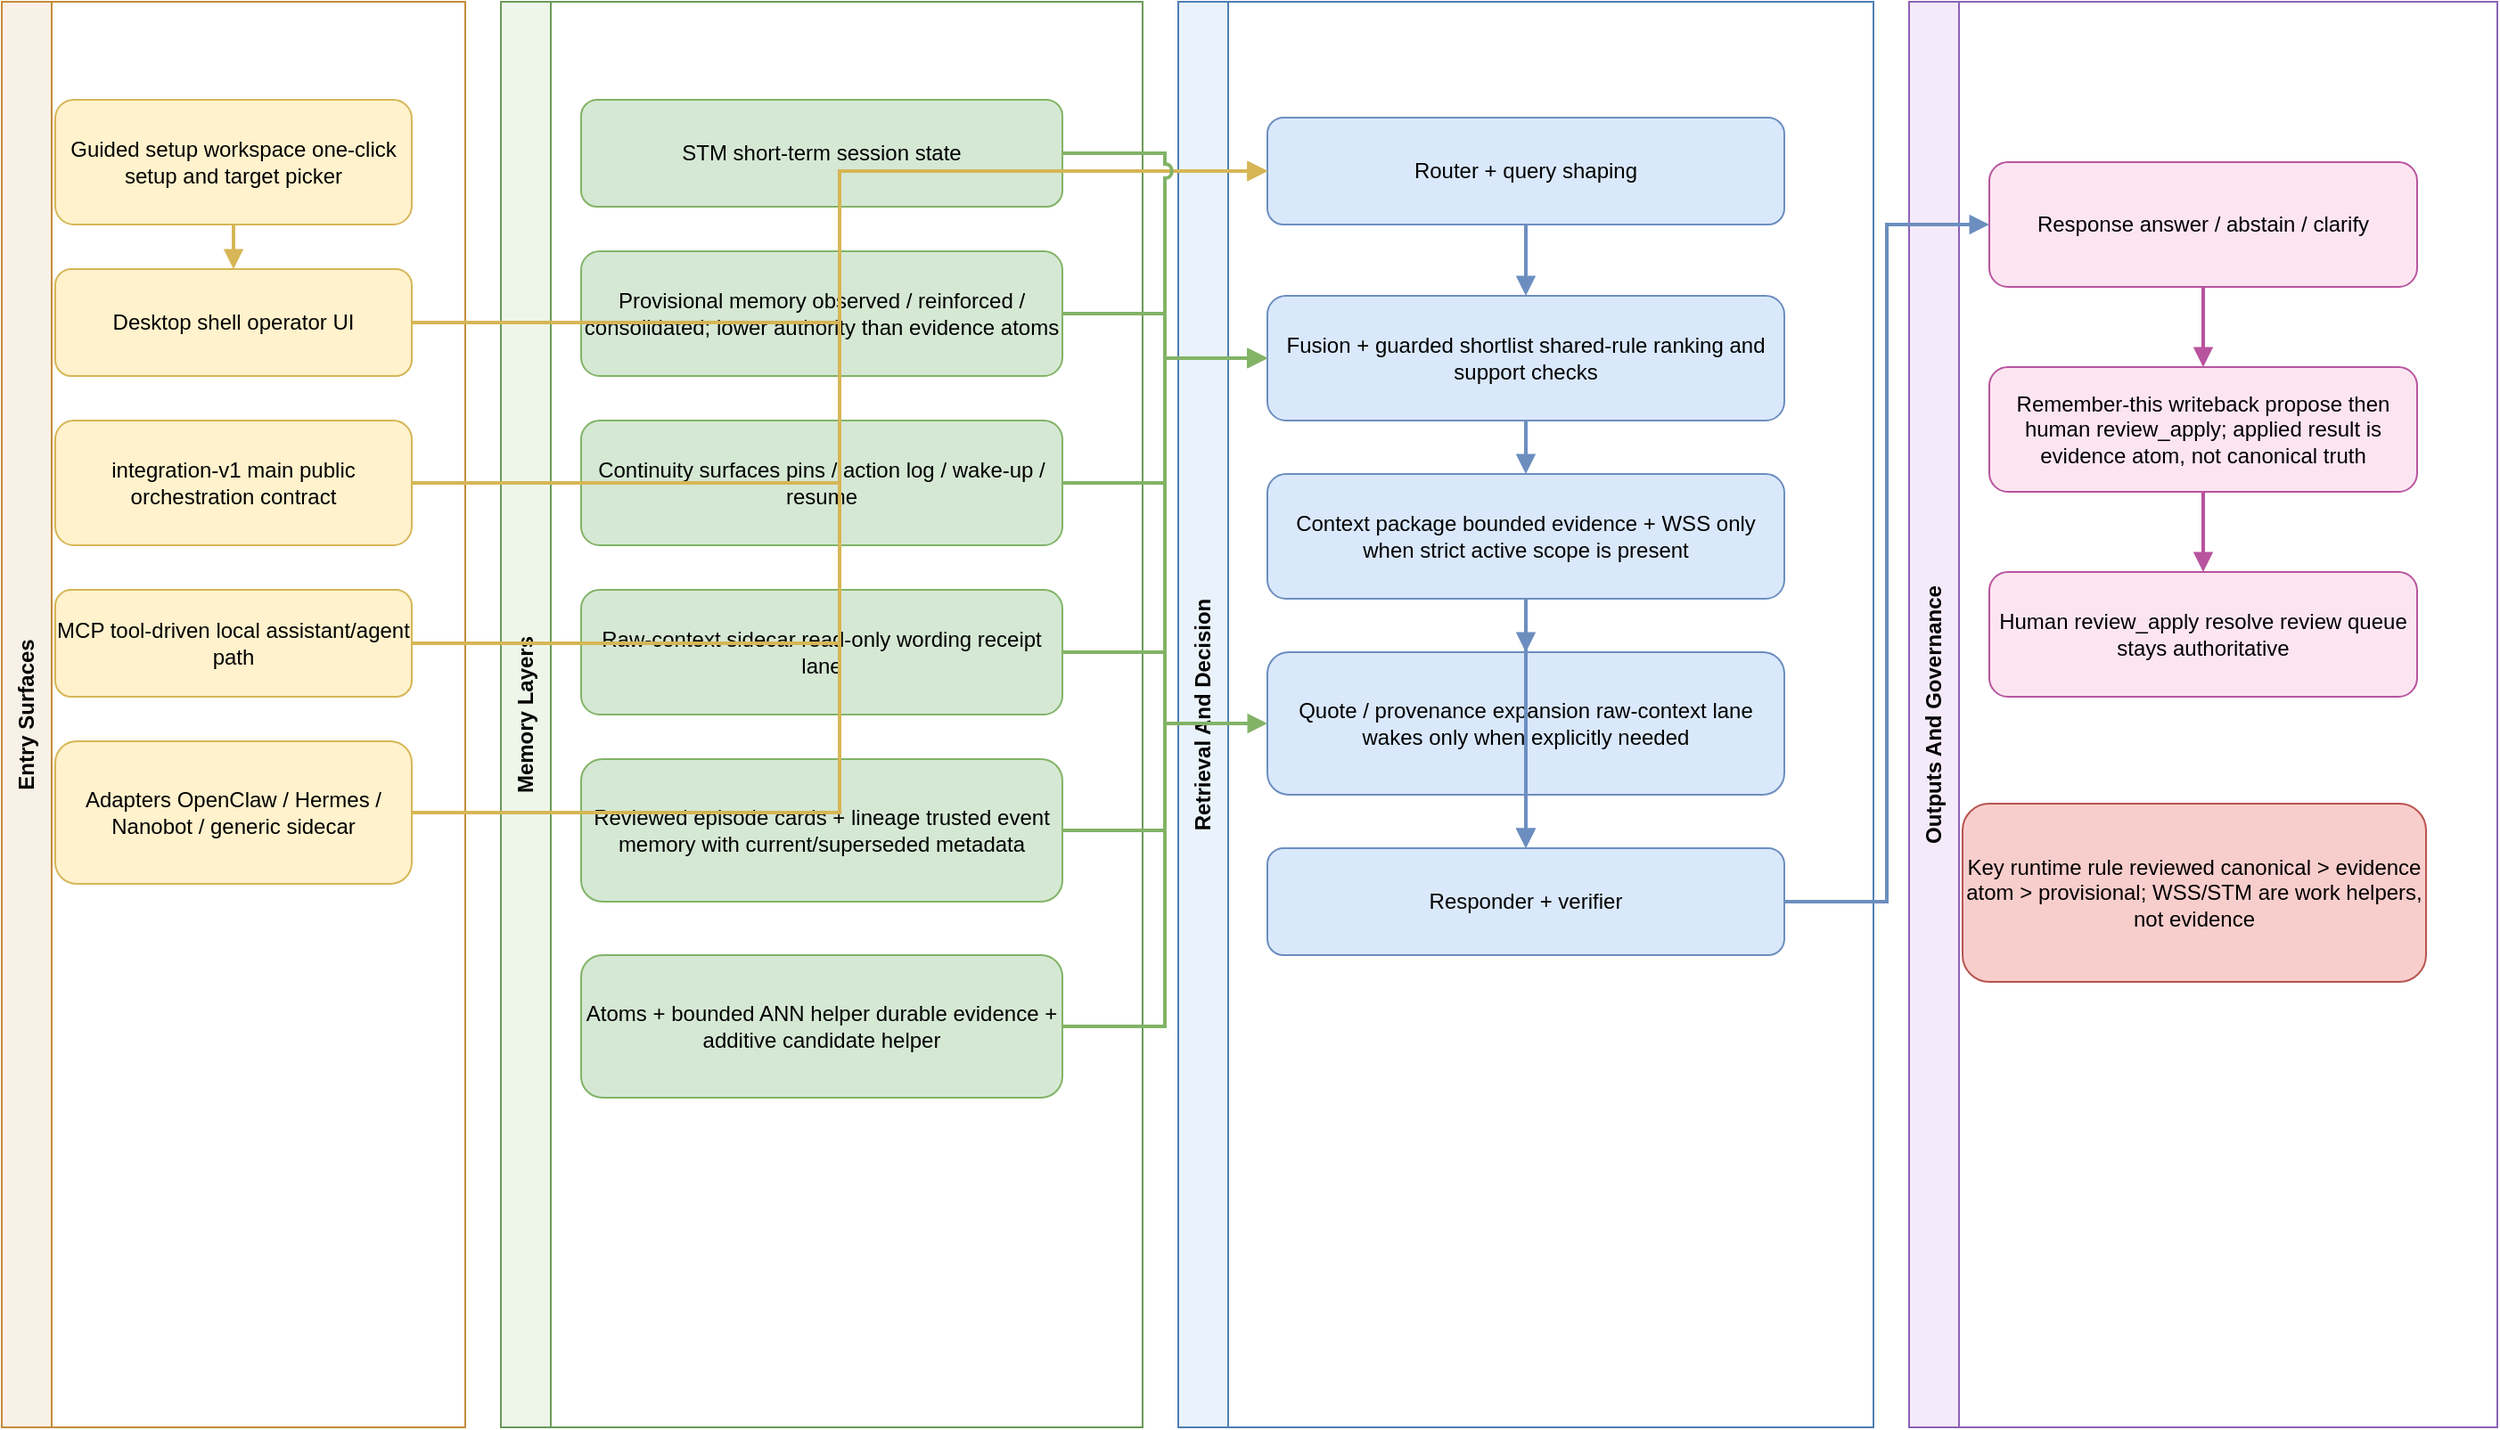
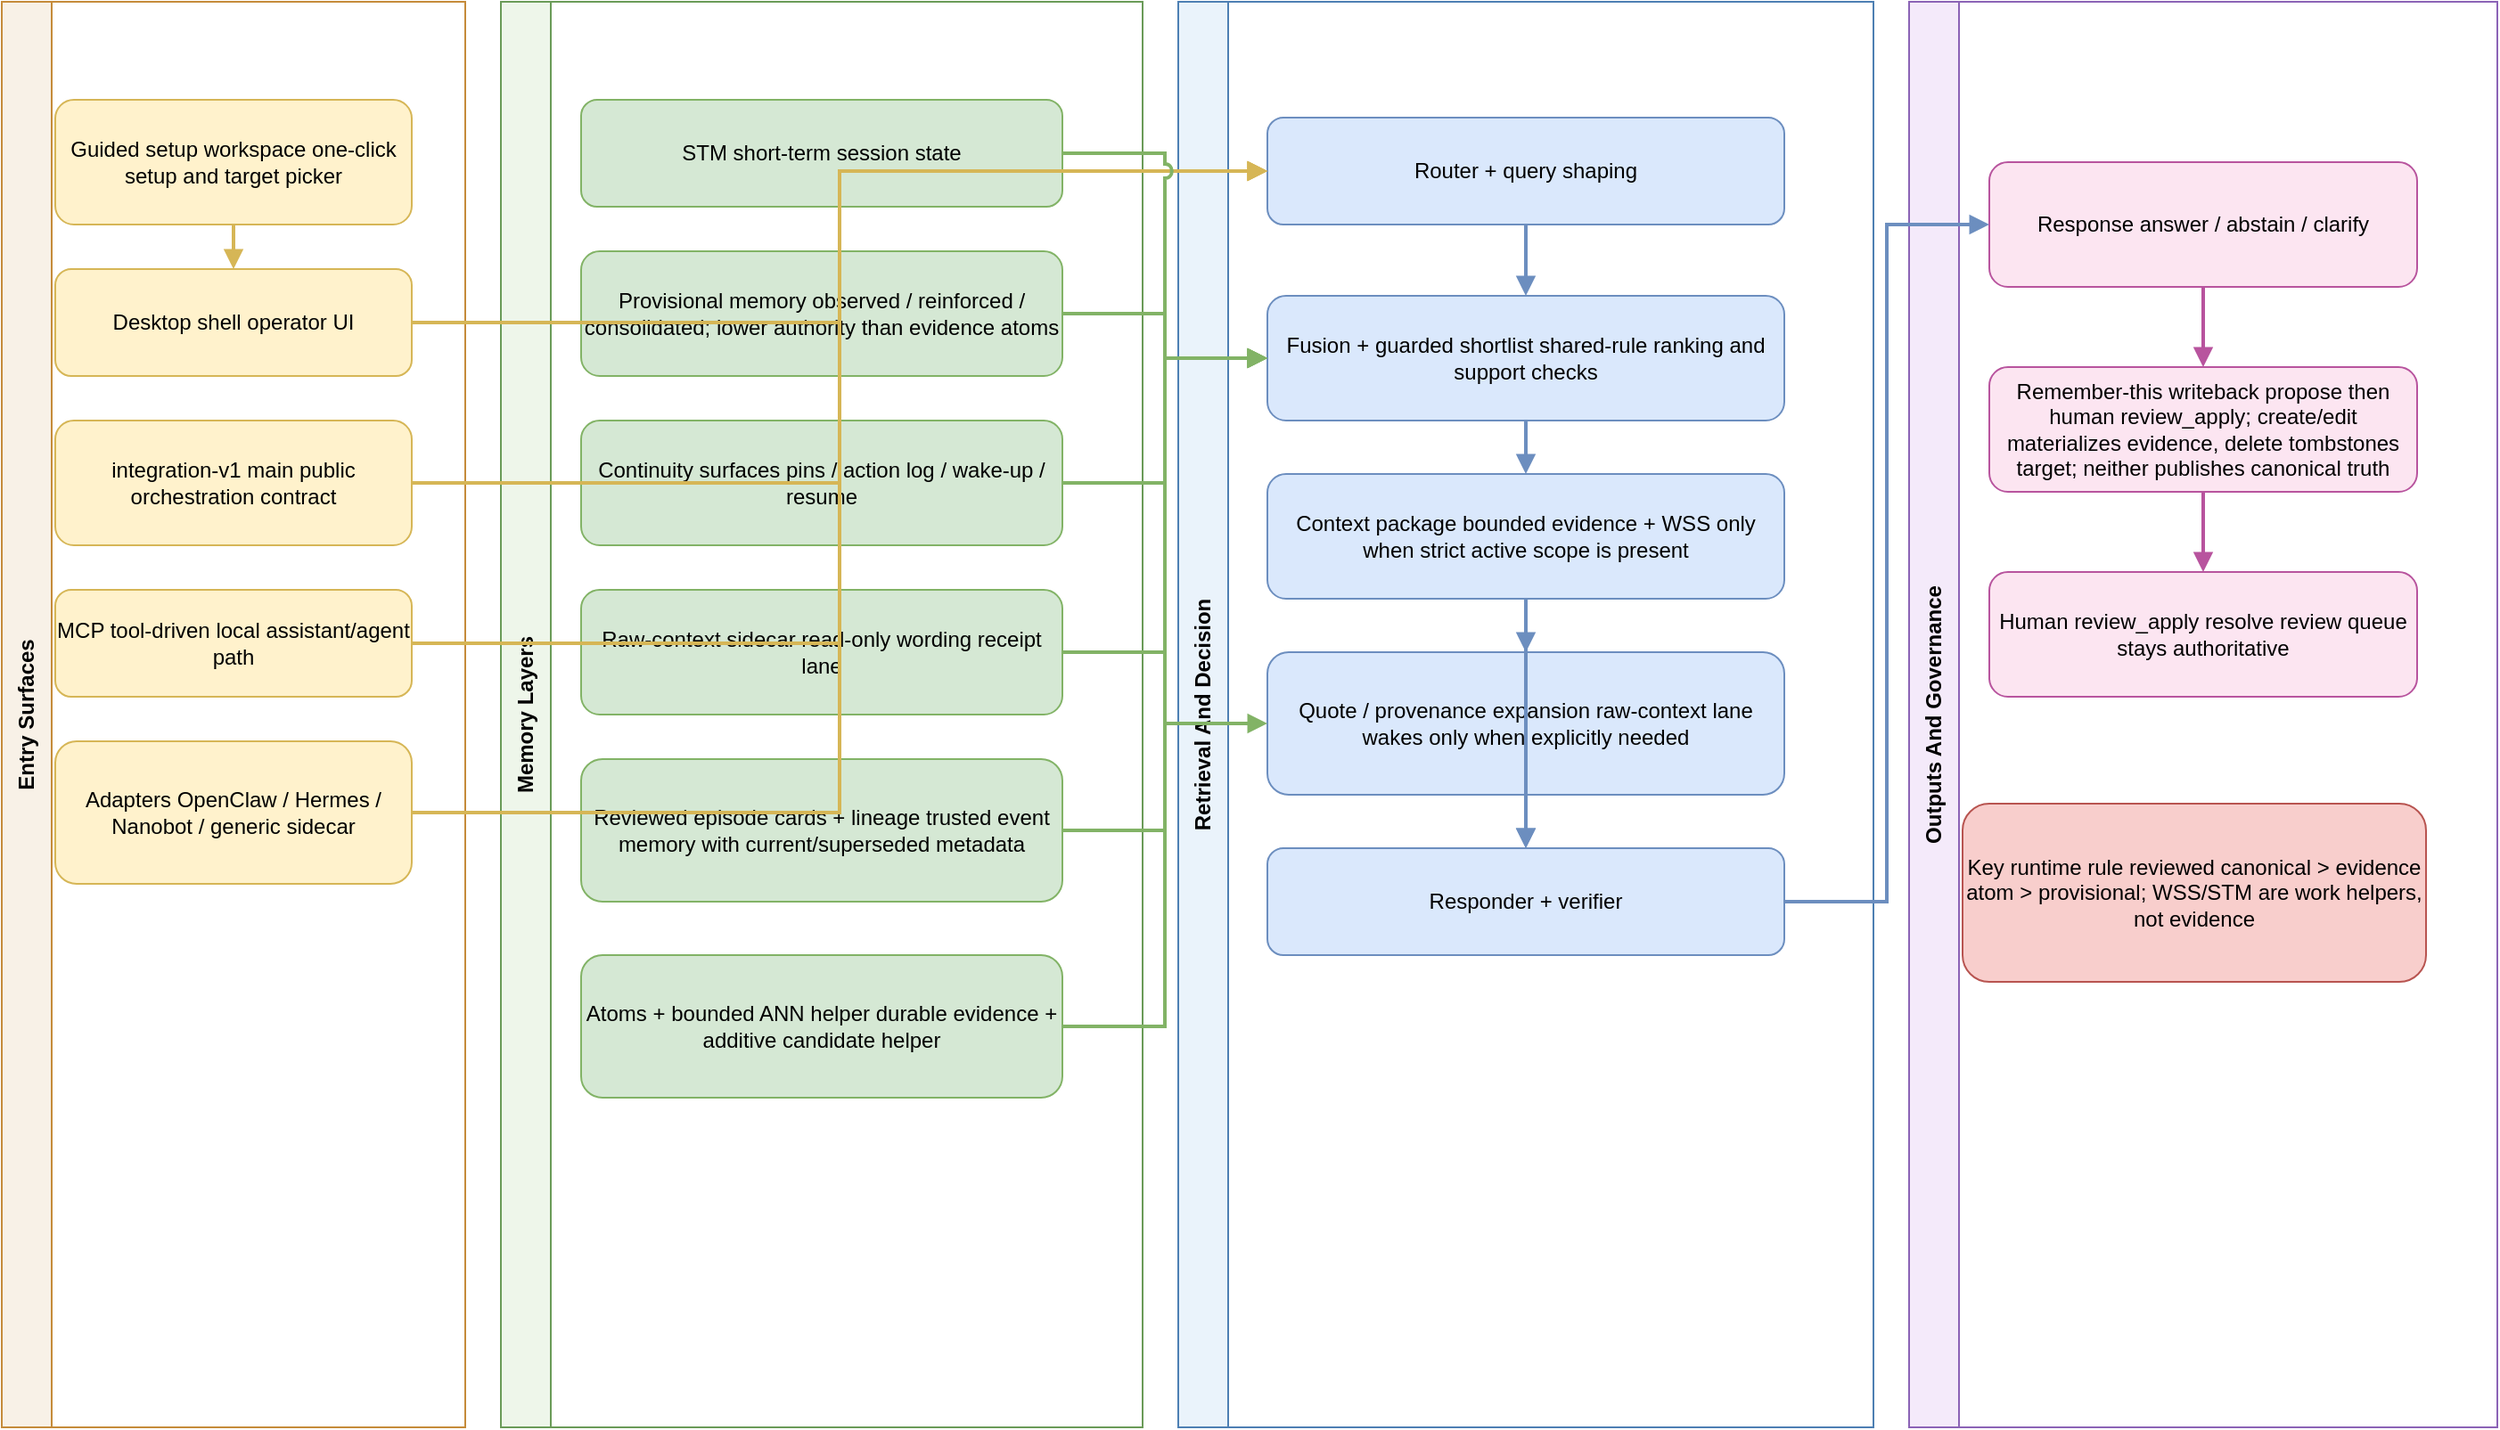
<mxfile host="app.diagrams.net" modified="2026-04-12T23:30:00.000Z" agent="Codex" version="24.7.17">
  <diagram id="launch-runtime-engineering" name="Engineering Runtime And Integration">
    <mxGraphModel dx="1750" dy="1050" grid="1" gridSize="10" guides="1" tooltips="1" connect="1" arrows="1" fold="1" page="1" pageScale="1" pageWidth="1700" pageHeight="1000" math="0" shadow="0">
      <root>
        <mxCell id="0" />
        <mxCell id="1" parent="0" />
        <mxCell id="lane1" value="Entry Surfaces" style="swimlane;whiteSpace=wrap;html=1;rounded=0;horizontal=0;startSize=28;fontStyle=1;fillColor=#f8f1e7;strokeColor=#c58b3a;" vertex="1" parent="1">
          <mxGeometry x="20" y="20" width="260" height="800" as="geometry" />
        </mxCell>
        <mxCell id="lane2" value="Memory Layers" style="swimlane;whiteSpace=wrap;html=1;rounded=0;horizontal=0;startSize=28;fontStyle=1;fillColor=#eef6ea;strokeColor=#6a9b58;" vertex="1" parent="1">
          <mxGeometry x="300" y="20" width="360" height="800" as="geometry" />
        </mxCell>
        <mxCell id="lane3" value="Retrieval And Decision" style="swimlane;whiteSpace=wrap;html=1;rounded=0;horizontal=0;startSize=28;fontStyle=1;fillColor=#eaf3fb;strokeColor=#4d7fb3;" vertex="1" parent="1">
          <mxGeometry x="680" y="20" width="390" height="800" as="geometry" />
        </mxCell>
        <mxCell id="lane4" value="Outputs And Governance" style="swimlane;whiteSpace=wrap;html=1;rounded=0;horizontal=0;startSize=28;fontStyle=1;fillColor=#f4eafa;strokeColor=#8b63b6;" vertex="1" parent="1">
          <mxGeometry x="1090" y="20" width="330" height="800" as="geometry" />
        </mxCell>
        <mxCell id="r1" value="Guided setup workspace&amp;#10;one-click setup and target picker" style="rounded=1;whiteSpace=wrap;html=1;fillColor=#fff2cc;strokeColor=#d6b656;" vertex="1" parent="1">
          <mxGeometry x="50" y="75" width="200" height="70" as="geometry" />
        </mxCell>
        <mxCell id="r2" value="Desktop shell&amp;#10;operator UI" style="rounded=1;whiteSpace=wrap;html=1;fillColor=#fff2cc;strokeColor=#d6b656;" vertex="1" parent="1">
          <mxGeometry x="50" y="170" width="200" height="60" as="geometry" />
        </mxCell>
        <mxCell id="r3" value="integration-v1&amp;#10;main public orchestration contract" style="rounded=1;whiteSpace=wrap;html=1;fillColor=#fff2cc;strokeColor=#d6b656;" vertex="1" parent="1">
          <mxGeometry x="50" y="255" width="200" height="70" as="geometry" />
        </mxCell>
        <mxCell id="r4" value="MCP&amp;#10;tool-driven local assistant/agent path" style="rounded=1;whiteSpace=wrap;html=1;fillColor=#fff2cc;strokeColor=#d6b656;" vertex="1" parent="1">
          <mxGeometry x="50" y="350" width="200" height="60" as="geometry" />
        </mxCell>
        <mxCell id="r5" value="Adapters&amp;#10;OpenClaw / Hermes / Nanobot / generic sidecar" style="rounded=1;whiteSpace=wrap;html=1;fillColor=#fff2cc;strokeColor=#d6b656;" vertex="1" parent="1">
          <mxGeometry x="50" y="435" width="200" height="80" as="geometry" />
        </mxCell>
        <mxCell id="r6" value="STM&amp;#10;short-term session state" style="rounded=1;whiteSpace=wrap;html=1;fillColor=#d5e8d4;strokeColor=#82b366;" vertex="1" parent="1">
          <mxGeometry x="345" y="75" width="270" height="60" as="geometry" />
        </mxCell>
        <mxCell id="r7" value="Provisional memory&amp;#10;observed / reinforced / consolidated; lower authority than evidence atoms" style="rounded=1;whiteSpace=wrap;html=1;fillColor=#d5e8d4;strokeColor=#82b366;" vertex="1" parent="1">
          <mxGeometry x="345" y="160" width="270" height="70" as="geometry" />
        </mxCell>
        <mxCell id="r8" value="Continuity surfaces&amp;#10;pins / action log / wake-up / resume" style="rounded=1;whiteSpace=wrap;html=1;fillColor=#d5e8d4;strokeColor=#82b366;" vertex="1" parent="1">
          <mxGeometry x="345" y="255" width="270" height="70" as="geometry" />
        </mxCell>
        <mxCell id="r9" value="Raw-context sidecar&amp;#10;read-only wording receipt lane" style="rounded=1;whiteSpace=wrap;html=1;fillColor=#d5e8d4;strokeColor=#82b366;" vertex="1" parent="1">
          <mxGeometry x="345" y="350" width="270" height="70" as="geometry" />
        </mxCell>
        <mxCell id="r10" value="Reviewed episode cards + lineage&amp;#10;trusted event memory with current/superseded metadata" style="rounded=1;whiteSpace=wrap;html=1;fillColor=#d5e8d4;strokeColor=#82b366;" vertex="1" parent="1">
          <mxGeometry x="345" y="445" width="270" height="80" as="geometry" />
        </mxCell>
        <mxCell id="r11" value="Atoms + bounded ANN helper&amp;#10;durable evidence + additive candidate helper" style="rounded=1;whiteSpace=wrap;html=1;fillColor=#d5e8d4;strokeColor=#82b366;" vertex="1" parent="1">
          <mxGeometry x="345" y="555" width="270" height="80" as="geometry" />
        </mxCell>
        <mxCell id="r12" value="Router + query shaping" style="rounded=1;whiteSpace=wrap;html=1;fillColor=#dae8fc;strokeColor=#6c8ebf;" vertex="1" parent="1">
          <mxGeometry x="730" y="85" width="290" height="60" as="geometry" />
        </mxCell>
        <mxCell id="r13" value="Fusion + guarded shortlist&amp;#10;shared-rule ranking and support checks" style="rounded=1;whiteSpace=wrap;html=1;fillColor=#dae8fc;strokeColor=#6c8ebf;" vertex="1" parent="1">
          <mxGeometry x="730" y="185" width="290" height="70" as="geometry" />
        </mxCell>
        <mxCell id="r14" value="Context package&amp;#10;bounded evidence + WSS only when strict active scope is present" style="rounded=1;whiteSpace=wrap;html=1;fillColor=#dae8fc;strokeColor=#6c8ebf;" vertex="1" parent="1">
          <mxGeometry x="730" y="285" width="290" height="70" as="geometry" />
        </mxCell>
        <mxCell id="r15" value="Quote / provenance expansion&amp;#10;raw-context lane wakes only when explicitly needed" style="rounded=1;whiteSpace=wrap;html=1;fillColor=#dae8fc;strokeColor=#6c8ebf;" vertex="1" parent="1">
          <mxGeometry x="730" y="385" width="290" height="80" as="geometry" />
        </mxCell>
        <mxCell id="r16" value="Responder + verifier" style="rounded=1;whiteSpace=wrap;html=1;fillColor=#dae8fc;strokeColor=#6c8ebf;" vertex="1" parent="1">
          <mxGeometry x="730" y="495" width="290" height="60" as="geometry" />
        </mxCell>
        <mxCell id="r17" value="Response&amp;#10;answer / abstain / clarify" style="rounded=1;whiteSpace=wrap;html=1;fillColor=#fce5f1;strokeColor=#b8549e;" vertex="1" parent="1">
          <mxGeometry x="1135" y="110" width="240" height="70" as="geometry" />
        </mxCell>
-         <mxCell id="r18" value="Remember-this writeback&amp;#10;propose then human review_apply; applied result is evidence atom, not canonical truth" style="rounded=1;whiteSpace=wrap;html=1;fillColor=#fce5f1;strokeColor=#b8549e;" vertex="1" parent="1">
+         <mxCell id="r18" value="Remember-this writeback&amp;#10;propose then human review_apply; create/edit materializes evidence, delete tombstones target; neither publishes canonical truth" style="rounded=1;whiteSpace=wrap;html=1;fillColor=#fce5f1;strokeColor=#b8549e;" vertex="1" parent="1">
          <mxGeometry x="1135" y="225" width="240" height="70" as="geometry" />
        </mxCell>
        <mxCell id="r19" value="Human review_apply resolve&amp;#10;review queue stays authoritative" style="rounded=1;whiteSpace=wrap;html=1;fillColor=#fce5f1;strokeColor=#b8549e;" vertex="1" parent="1">
          <mxGeometry x="1135" y="340" width="240" height="70" as="geometry" />
        </mxCell>
        <mxCell id="r20" value="Key runtime rule&amp;#10;reviewed canonical &amp;gt; evidence atom &amp;gt; provisional; WSS/STM are work helpers, not evidence" style="rounded=1;whiteSpace=wrap;html=1;fillColor=#f8cecc;strokeColor=#b85450;" vertex="1" parent="1">
          <mxGeometry x="1120" y="470" width="260" height="100" as="geometry" />
        </mxCell>
        <mxCell id="e2" edge="1" parent="1" source="r1" target="r2" style="edgeStyle=orthogonalEdgeStyle;orthogonalLoop=1;jettySize=auto;jumpStyle=arc;jumpSize=6;endArrow=block;endFill=1;html=1;rounded=0;strokeWidth=2;strokeColor=#d6b656;entryX=0.5;entryY=0;entryPerimeter=1;exitX=0.5;exitY=1;exitPerimeter=1;">
          <mxGeometry relative="1" as="geometry" />
        </mxCell>
        <mxCell id="e3" edge="1" parent="1" source="r2" target="r12" style="edgeStyle=orthogonalEdgeStyle;orthogonalLoop=1;jettySize=auto;jumpStyle=arc;jumpSize=6;endArrow=block;endFill=1;html=1;rounded=0;strokeWidth=2;strokeColor=#d6b656;entryX=0;entryY=0.5;entryPerimeter=1;exitX=1;exitY=0.5;exitPerimeter=1;">
          <mxGeometry relative="1" as="geometry" />
        </mxCell>
        <mxCell id="e4" edge="1" parent="1" source="r3" target="r12" style="edgeStyle=orthogonalEdgeStyle;orthogonalLoop=1;jettySize=auto;jumpStyle=arc;jumpSize=6;endArrow=block;endFill=1;html=1;rounded=0;strokeWidth=2;strokeColor=#d6b656;entryX=0;entryY=0.5;entryPerimeter=1;exitX=1;exitY=0.5;exitPerimeter=1;">
          <mxGeometry relative="1" as="geometry" />
        </mxCell>
        <mxCell id="e5" edge="1" parent="1" source="r4" target="r12" style="edgeStyle=orthogonalEdgeStyle;orthogonalLoop=1;jettySize=auto;jumpStyle=arc;jumpSize=6;endArrow=block;endFill=1;html=1;rounded=0;strokeWidth=2;strokeColor=#d6b656;entryX=0;entryY=0.5;entryPerimeter=1;exitX=1;exitY=0.5;exitPerimeter=1;">
          <mxGeometry relative="1" as="geometry" />
        </mxCell>
        <mxCell id="e6" edge="1" parent="1" source="r5" target="r12" style="edgeStyle=orthogonalEdgeStyle;orthogonalLoop=1;jettySize=auto;jumpStyle=arc;jumpSize=6;endArrow=block;endFill=1;html=1;rounded=0;strokeWidth=2;strokeColor=#d6b656;entryX=0;entryY=0.5;entryPerimeter=1;exitX=1;exitY=0.5;exitPerimeter=1;">
          <mxGeometry relative="1" as="geometry" />
        </mxCell>
        <mxCell id="e7" edge="1" parent="1" source="r6" target="r13" style="edgeStyle=orthogonalEdgeStyle;orthogonalLoop=1;jettySize=auto;jumpStyle=arc;jumpSize=6;endArrow=block;endFill=1;html=1;rounded=0;strokeWidth=2;strokeColor=#82b366;entryX=0;entryY=0.5;entryPerimeter=1;exitX=1;exitY=0.5;exitPerimeter=1;">
          <mxGeometry relative="1" as="geometry" />
        </mxCell>
        <mxCell id="e8" edge="1" parent="1" source="r7" target="r13" style="edgeStyle=orthogonalEdgeStyle;orthogonalLoop=1;jettySize=auto;jumpStyle=arc;jumpSize=6;endArrow=block;endFill=1;html=1;rounded=0;strokeWidth=2;strokeColor=#82b366;entryX=0;entryY=0.5;entryPerimeter=1;exitX=1;exitY=0.5;exitPerimeter=1;">
          <mxGeometry relative="1" as="geometry" />
        </mxCell>
        <mxCell id="e9" edge="1" parent="1" source="r8" target="r13" style="edgeStyle=orthogonalEdgeStyle;orthogonalLoop=1;jettySize=auto;jumpStyle=arc;jumpSize=6;endArrow=block;endFill=1;html=1;rounded=0;strokeWidth=2;strokeColor=#82b366;entryX=0;entryY=0.5;entryPerimeter=1;exitX=1;exitY=0.5;exitPerimeter=1;">
          <mxGeometry relative="1" as="geometry" />
        </mxCell>
        <mxCell id="e10" edge="1" parent="1" source="r9" target="r15" style="edgeStyle=orthogonalEdgeStyle;orthogonalLoop=1;jettySize=auto;jumpStyle=arc;jumpSize=6;endArrow=block;endFill=1;html=1;rounded=0;strokeWidth=2;strokeColor=#82b366;entryX=0;entryY=0.5;entryPerimeter=1;exitX=1;exitY=0.5;exitPerimeter=1;">
          <mxGeometry relative="1" as="geometry" />
        </mxCell>
        <mxCell id="e11" edge="1" parent="1" source="r10" target="r13" style="edgeStyle=orthogonalEdgeStyle;orthogonalLoop=1;jettySize=auto;jumpStyle=arc;jumpSize=6;endArrow=block;endFill=1;html=1;rounded=0;strokeWidth=2;strokeColor=#82b366;entryX=0;entryY=0.5;entryPerimeter=1;exitX=1;exitY=0.5;exitPerimeter=1;">
          <mxGeometry relative="1" as="geometry" />
        </mxCell>
        <mxCell id="e12" edge="1" parent="1" source="r11" target="r13" style="edgeStyle=orthogonalEdgeStyle;orthogonalLoop=1;jettySize=auto;jumpStyle=arc;jumpSize=6;endArrow=block;endFill=1;html=1;rounded=0;strokeWidth=2;strokeColor=#82b366;entryX=0;entryY=0.5;entryPerimeter=1;exitX=1;exitY=0.5;exitPerimeter=1;">
          <mxGeometry relative="1" as="geometry" />
        </mxCell>
        <mxCell id="e13" edge="1" parent="1" source="r12" target="r13" style="edgeStyle=orthogonalEdgeStyle;orthogonalLoop=1;jettySize=auto;jumpStyle=arc;jumpSize=6;endArrow=block;endFill=1;html=1;rounded=0;strokeWidth=2;strokeColor=#6c8ebf;entryX=0.5;entryY=0;entryPerimeter=1;exitX=0.5;exitY=1;exitPerimeter=1;">
          <mxGeometry relative="1" as="geometry" />
        </mxCell>
        <mxCell id="e14" edge="1" parent="1" source="r13" target="r14" style="edgeStyle=orthogonalEdgeStyle;orthogonalLoop=1;jettySize=auto;jumpStyle=arc;jumpSize=6;endArrow=block;endFill=1;html=1;rounded=0;strokeWidth=2;strokeColor=#6c8ebf;entryX=0.5;entryY=0;entryPerimeter=1;exitX=0.5;exitY=1;exitPerimeter=1;">
          <mxGeometry relative="1" as="geometry" />
        </mxCell>
        <mxCell id="e15" edge="1" parent="1" source="r14" target="r15" style="edgeStyle=orthogonalEdgeStyle;orthogonalLoop=1;jettySize=auto;jumpStyle=arc;jumpSize=6;endArrow=block;endFill=1;html=1;rounded=0;strokeWidth=2;strokeColor=#6c8ebf;entryX=0.5;entryY=0;entryPerimeter=1;exitX=0.5;exitY=1;exitPerimeter=1;">
          <mxGeometry relative="1" as="geometry" />
        </mxCell>
        <mxCell id="e16" edge="1" parent="1" source="r14" target="r16" style="edgeStyle=orthogonalEdgeStyle;orthogonalLoop=1;jettySize=auto;jumpStyle=arc;jumpSize=6;endArrow=block;endFill=1;html=1;rounded=0;strokeWidth=2;strokeColor=#6c8ebf;entryX=0.5;entryY=0;entryPerimeter=1;exitX=0.5;exitY=1;exitPerimeter=1;">
          <mxGeometry relative="1" as="geometry" />
        </mxCell>
        <mxCell id="e17" edge="1" parent="1" source="r15" target="r16" style="edgeStyle=orthogonalEdgeStyle;orthogonalLoop=1;jettySize=auto;jumpStyle=arc;jumpSize=6;endArrow=block;endFill=1;html=1;rounded=0;strokeWidth=2;strokeColor=#6c8ebf;entryX=0.5;entryY=0;entryPerimeter=1;exitX=0.5;exitY=1;exitPerimeter=1;">
          <mxGeometry relative="1" as="geometry" />
        </mxCell>
        <mxCell id="e18" edge="1" parent="1" source="r16" target="r17" style="edgeStyle=orthogonalEdgeStyle;orthogonalLoop=1;jettySize=auto;jumpStyle=arc;jumpSize=6;endArrow=block;endFill=1;html=1;rounded=0;strokeWidth=2;strokeColor=#6c8ebf;entryX=0;entryY=0.5;entryPerimeter=1;exitX=1;exitY=0.5;exitPerimeter=1;">
          <mxGeometry relative="1" as="geometry" />
        </mxCell>
        <mxCell id="e19" edge="1" parent="1" source="r17" target="r18" style="edgeStyle=orthogonalEdgeStyle;orthogonalLoop=1;jettySize=auto;jumpStyle=arc;jumpSize=6;endArrow=block;endFill=1;html=1;rounded=0;strokeWidth=2;strokeColor=#b8549e;entryX=0.5;entryY=0;entryPerimeter=1;exitX=0.5;exitY=1;exitPerimeter=1;">
          <mxGeometry relative="1" as="geometry" />
        </mxCell>
        <mxCell id="e20" edge="1" parent="1" source="r18" target="r19" style="edgeStyle=orthogonalEdgeStyle;orthogonalLoop=1;jettySize=auto;jumpStyle=arc;jumpSize=6;endArrow=block;endFill=1;html=1;rounded=0;strokeWidth=2;strokeColor=#b8549e;entryX=0.5;entryY=0;entryPerimeter=1;exitX=0.5;exitY=1;exitPerimeter=1;">
          <mxGeometry relative="1" as="geometry" />
        </mxCell>
      </root>
    </mxGraphModel>
  </diagram>
  <diagram id="launch-runtime-caveman" name="Caveman Runtime And Integration">
    <mxGraphModel dx="1500" dy="920" grid="1" gridSize="10" guides="1" tooltips="1" connect="1" arrows="1" fold="1" page="1" pageScale="1" pageWidth="1500" pageHeight="920" math="0" shadow="0">
      <root>
        <mxCell id="0" />
        <mxCell id="1" parent="0" />
        <mxCell id="z1" value="1. Agent or user asks MNO for memory help." style="rounded=1;whiteSpace=wrap;html=1;fillColor=#fff2cc;strokeColor=#d6b656;" vertex="1" parent="1">
          <mxGeometry x="60" y="90" width="240" height="70" as="geometry" />
        </mxCell>
        <mxCell id="z2" value="2. MNO checks the short-term chat first." style="rounded=1;whiteSpace=wrap;html=1;fillColor=#fff2cc;strokeColor=#d6b656;" vertex="1" parent="1">
          <mxGeometry x="350" y="90" width="250" height="70" as="geometry" />
        </mxCell>
        <mxCell id="z3" value="3. MNO checks trusted memory and evidence." style="rounded=1;whiteSpace=wrap;html=1;fillColor=#d5e8d4;strokeColor=#82b366;" vertex="1" parent="1">
          <mxGeometry x="650" y="90" width="260" height="70" as="geometry" />
        </mxCell>
        <mxCell id="z4" value="4. ANN helps find nearby candidates.&amp;#10;ANN = approximate nearest neighbor." style="rounded=1;whiteSpace=wrap;html=1;fillColor=#d5e8d4;strokeColor=#82b366;" vertex="1" parent="1">
          <mxGeometry x="960" y="90" width="270" height="80" as="geometry" />
        </mxCell>
        <mxCell id="z5" value="5. If you ask for exact wording, MNO can open the wording receipt lane." style="rounded=1;whiteSpace=wrap;html=1;fillColor=#dae8fc;strokeColor=#6c8ebf;" vertex="1" parent="1">
          <mxGeometry x="130" y="270" width="320" height="90" as="geometry" />
        </mxCell>
        <mxCell id="z6" value="6. MNO may keep a revisable helper note, but only human review/publish makes truth." style="rounded=1;whiteSpace=wrap;html=1;fillColor=#dae8fc;strokeColor=#6c8ebf;" vertex="1" parent="1">
          <mxGeometry x="500" y="270" width="340" height="90" as="geometry" />
        </mxCell>
        <mxCell id="z7" value="7. MNO builds a bounded evidence bundle, then answers, abstains, or asks to clarify." style="rounded=1;whiteSpace=wrap;html=1;fillColor=#dae8fc;strokeColor=#6c8ebf;" vertex="1" parent="1">
          <mxGeometry x="890" y="270" width="360" height="90" as="geometry" />
        </mxCell>
        <mxCell id="z8" value="8. New risky memory still goes to proposal/review, not straight into truth." style="rounded=1;whiteSpace=wrap;html=1;fillColor=#fce5f1;strokeColor=#b8549e;" vertex="1" parent="1">
          <mxGeometry x="360" y="470" width="420" height="90" as="geometry" />
        </mxCell>
        <mxCell id="z9" value="Words to know&amp;#10;MCP = Model Context Protocol&amp;#10;STM = short-term memory&amp;#10;ANN = approximate nearest neighbor&amp;#10;WSS = work-session scratchpad" style="rounded=1;whiteSpace=wrap;html=1;fillColor=#e1d5e7;strokeColor=#9673a6;" vertex="1" parent="1">
          <mxGeometry x="500" y="640" width="330" height="100" as="geometry" />
        </mxCell>
        <mxCell id="e2" edge="1" parent="1" source="z1" target="z2" style="edgeStyle=orthogonalEdgeStyle;orthogonalLoop=1;jettySize=auto;jumpStyle=arc;jumpSize=6;endArrow=block;endFill=1;html=1;rounded=0;strokeWidth=2;strokeColor=#d6b656;entryX=0;entryY=0.5;entryPerimeter=1;exitX=1;exitY=0.5;exitPerimeter=1;">
          <mxGeometry relative="1" as="geometry" />
        </mxCell>
        <mxCell id="e3" edge="1" parent="1" source="z2" target="z3" style="edgeStyle=orthogonalEdgeStyle;orthogonalLoop=1;jettySize=auto;jumpStyle=arc;jumpSize=6;endArrow=block;endFill=1;html=1;rounded=0;strokeWidth=2;strokeColor=#d6b656;entryX=0;entryY=0.5;entryPerimeter=1;exitX=1;exitY=0.5;exitPerimeter=1;">
          <mxGeometry relative="1" as="geometry" />
        </mxCell>
        <mxCell id="e4" edge="1" parent="1" source="z3" target="z4" style="edgeStyle=orthogonalEdgeStyle;orthogonalLoop=1;jettySize=auto;jumpStyle=arc;jumpSize=6;endArrow=block;endFill=1;html=1;rounded=0;strokeWidth=2;strokeColor=#82b366;entryX=0;entryY=0.5;entryPerimeter=1;exitX=1;exitY=0.5;exitPerimeter=1;">
          <mxGeometry relative="1" as="geometry" />
        </mxCell>
        <mxCell id="e5" edge="1" parent="1" source="z4" target="z5" style="edgeStyle=orthogonalEdgeStyle;orthogonalLoop=1;jettySize=auto;jumpStyle=arc;jumpSize=6;endArrow=block;endFill=1;html=1;rounded=0;strokeWidth=2;strokeColor=#82b366;entryX=1;entryY=0.5;entryPerimeter=1;exitX=0;exitY=0.5;exitPerimeter=1;">
          <mxGeometry relative="1" as="geometry" />
        </mxCell>
        <mxCell id="e6" edge="1" parent="1" source="z4" target="z6" style="edgeStyle=orthogonalEdgeStyle;orthogonalLoop=1;jettySize=auto;jumpStyle=arc;jumpSize=6;endArrow=block;endFill=1;html=1;rounded=0;strokeWidth=2;strokeColor=#82b366;entryX=1;entryY=0.5;entryPerimeter=1;exitX=0;exitY=0.5;exitPerimeter=1;">
          <mxGeometry relative="1" as="geometry" />
        </mxCell>
        <mxCell id="e7" edge="1" parent="1" source="z5" target="z7" style="edgeStyle=orthogonalEdgeStyle;orthogonalLoop=1;jettySize=auto;jumpStyle=arc;jumpSize=6;endArrow=block;endFill=1;html=1;rounded=0;strokeWidth=2;strokeColor=#6c8ebf;entryX=0;entryY=0.5;entryPerimeter=1;exitX=1;exitY=0.5;exitPerimeter=1;">
          <mxGeometry relative="1" as="geometry" />
        </mxCell>
        <mxCell id="e8" edge="1" parent="1" source="z6" target="z7" style="edgeStyle=orthogonalEdgeStyle;orthogonalLoop=1;jettySize=auto;jumpStyle=arc;jumpSize=6;endArrow=block;endFill=1;html=1;rounded=0;strokeWidth=2;strokeColor=#6c8ebf;entryX=0;entryY=0.5;entryPerimeter=1;exitX=1;exitY=0.5;exitPerimeter=1;">
          <mxGeometry relative="1" as="geometry" />
        </mxCell>
        <mxCell id="e9" edge="1" parent="1" source="z7" target="z8" style="edgeStyle=orthogonalEdgeStyle;orthogonalLoop=1;jettySize=auto;jumpStyle=arc;jumpSize=6;endArrow=block;endFill=1;html=1;rounded=0;strokeWidth=2;strokeColor=#6c8ebf;entryX=1;entryY=0.5;entryPerimeter=1;exitX=0;exitY=0.5;exitPerimeter=1;">
          <mxGeometry relative="1" as="geometry" />
        </mxCell>
      </root>
    </mxGraphModel>
  </diagram>
</mxfile>
